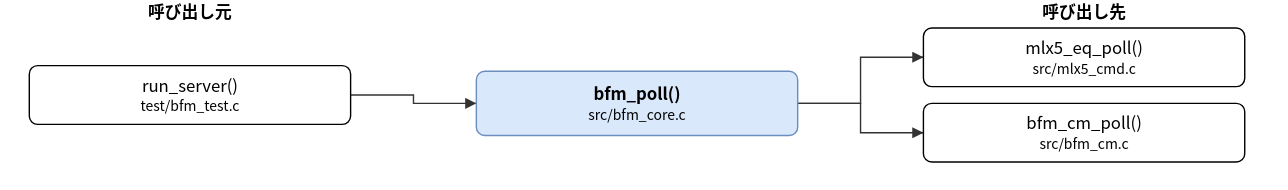
Above: doc/spec/images/call_src_bfm_core-bfm_poll.drawio.svg in hf355051012-ai/bfmem (draw.io), before the change. Source tidied: cells renumbered, new cells last; positions are measured from the earlier drawing's top-left corner, leaving out a move shared by most shapes.
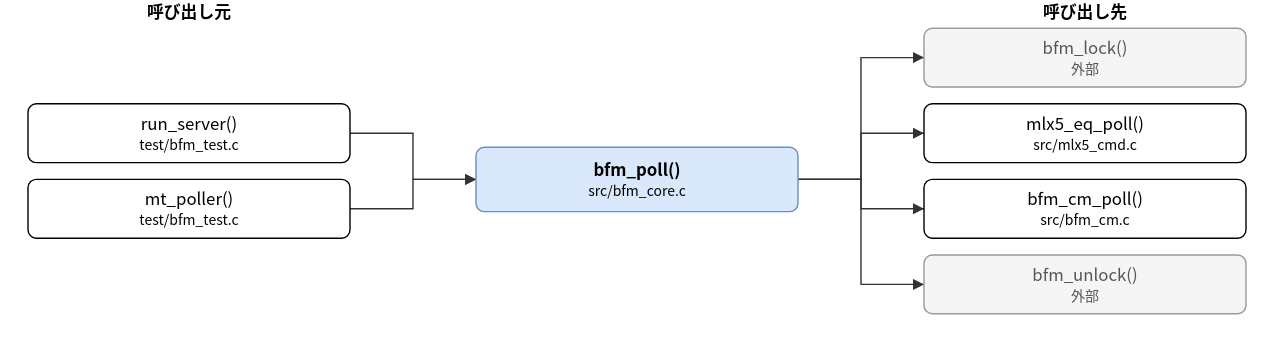
After the change.

Change to the diagram source:
```diff
@@ -3,41 +3,74 @@
     <mxCell id="0" />
     <mxCell id="1" parent="0" />
     <mxCell id="2" value="bfm_poll()&lt;br&gt;&lt;font style=&quot;font-size:10px&quot;&gt;src/bfm_core.c&lt;/font&gt;" style="rounded=1;whiteSpace=wrap;html=1;fillColor=#dae8fc;strokeColor=#6c8ebf;fontStyle=1;" parent="1" vertex="1">
-      <mxGeometry x="320" y="51" width="230" height="46" as="geometry" />
+      <mxGeometry x="320" y="105" width="230" height="46" as="geometry" />
     </mxCell>
     <mxCell id="3" value="run_server()&lt;br&gt;&lt;font style=&quot;font-size:10px&quot;&gt;test/bfm_test.c&lt;/font&gt;" style="rounded=1;whiteSpace=wrap;html=1;" parent="1" vertex="1">
-      <mxGeometry y="47" width="230" height="42" as="geometry" />
+      <mxGeometry y="74" width="230" height="42" as="geometry" />
     </mxCell>
+    <mxCell id="11" value="mt_poller()&lt;br&gt;&lt;font style=&quot;font-size:10px&quot;&gt;test/bfm_test.c&lt;/font&gt;" style="rounded=1;whiteSpace=wrap;html=1;" parent="1" vertex="1">
+      <mxGeometry y="128" width="230" height="42" as="geometry" />
+    </mxCell>
-    <mxCell id="4" value="mlx5_eq_poll()&lt;br&gt;&lt;font style=&quot;font-size:10px&quot;&gt;src/mlx5_cmd.c&lt;/font&gt;" style="rounded=1;whiteSpace=wrap;html=1;" parent="1" vertex="1">
+    <mxCell id="4" value="bfm_lock()&lt;br&gt;&lt;font style=&quot;font-size:10px&quot;&gt;外部&lt;/font&gt;" style="rounded=1;whiteSpace=wrap;html=1;fillColor=#f5f5f5;strokeColor=#999999;fontColor=#555555;" parent="1" vertex="1">
       <mxGeometry x="640" y="20" width="230" height="42" as="geometry" />
     </mxCell>
-    <mxCell id="5" value="bfm_cm_poll()&lt;br&gt;&lt;font style=&quot;font-size:10px&quot;&gt;src/bfm_cm.c&lt;/font&gt;" style="rounded=1;whiteSpace=wrap;html=1;" parent="1" vertex="1">
+    <mxCell id="5" value="mlx5_eq_poll()&lt;br&gt;&lt;font style=&quot;font-size:10px&quot;&gt;src/mlx5_cmd.c&lt;/font&gt;" style="rounded=1;whiteSpace=wrap;html=1;" parent="1" vertex="1">
       <mxGeometry x="640" y="74" width="230" height="42" as="geometry" />
     </mxCell>
+    <mxCell id="12" value="bfm_cm_poll()&lt;br&gt;&lt;font style=&quot;font-size:10px&quot;&gt;src/bfm_cm.c&lt;/font&gt;" style="rounded=1;whiteSpace=wrap;html=1;" parent="1" vertex="1">
+      <mxGeometry x="640" y="128" width="230" height="42" as="geometry" />
+    </mxCell>
+    <mxCell id="13" value="bfm_unlock()&lt;br&gt;&lt;font style=&quot;font-size:10px&quot;&gt;外部&lt;/font&gt;" style="rounded=1;whiteSpace=wrap;html=1;fillColor=#f5f5f5;strokeColor=#999999;fontColor=#555555;" parent="1" vertex="1">
+      <mxGeometry x="640" y="182" width="230" height="42" as="geometry" />
+    </mxCell>
     <mxCell id="6" style="edgeStyle=none;html=1;rounded=0;endArrow=block;endFill=1;exitX=1.0000;exitY=0.5000;exitDx=0;exitDy=0;exitPerimeter=0;entryX=0.0000;entryY=0.5000;entryDx=0;entryDy=0;entryPerimeter=0;" parent="1" edge="1" source="3" target="2">
       <mxGeometry relative="1" as="geometry">
         <Array as="points">
-          <mxPoint x="275" y="68" />
-          <mxPoint x="275" y="74" />
+          <mxPoint x="275" y="95" />
+          <mxPoint x="275" y="128" />
         </Array>
       </mxGeometry>
     </mxCell>
-    <mxCell id="7" style="edgeStyle=none;html=1;rounded=0;endArrow=block;endFill=1;exitX=1.0000;exitY=0.5000;exitDx=0;exitDy=0;exitPerimeter=0;entryX=0.0000;entryY=0.5000;entryDx=0;entryDy=0;entryPerimeter=0;" parent="1" edge="1" source="2" target="4">
+    <mxCell id="7" style="edgeStyle=none;html=1;rounded=0;endArrow=block;endFill=1;exitX=1.0000;exitY=0.5000;exitDx=0;exitDy=0;exitPerimeter=0;entryX=0.0000;entryY=0.5000;entryDx=0;entryDy=0;entryPerimeter=0;" parent="1" edge="1" source="11" target="2">
       <mxGeometry relative="1" as="geometry">
         <Array as="points">
-          <mxPoint x="595" y="74" />
-          <mxPoint x="595" y="41" />
+          <mxPoint x="275" y="149" />
+          <mxPoint x="275" y="128" />
         </Array>
       </mxGeometry>
     </mxCell>
-    <mxCell id="8" style="edgeStyle=none;html=1;rounded=0;endArrow=block;endFill=1;exitX=1.0000;exitY=0.5000;exitDx=0;exitDy=0;exitPerimeter=0;entryX=0.0000;entryY=0.5000;entryDx=0;entryDy=0;entryPerimeter=0;" parent="1" edge="1" source="2" target="5">
+    <mxCell id="8" style="edgeStyle=none;html=1;rounded=0;endArrow=block;endFill=1;exitX=1.0000;exitY=0.5000;exitDx=0;exitDy=0;exitPerimeter=0;entryX=0.0000;entryY=0.5000;entryDx=0;entryDy=0;entryPerimeter=0;" parent="1" edge="1" source="2" target="4">
       <mxGeometry relative="1" as="geometry">
         <Array as="points">
-          <mxPoint x="595" y="74" />
-          <mxPoint x="595" y="95" />
+          <mxPoint x="595" y="128" />
+          <mxPoint x="595" y="41" />
         </Array>
       </mxGeometry>
     </mxCell>
+    <mxCell id="14" style="edgeStyle=none;html=1;rounded=0;endArrow=block;endFill=1;exitX=1.0000;exitY=0.5000;exitDx=0;exitDy=0;exitPerimeter=0;entryX=0.0000;entryY=0.5000;entryDx=0;entryDy=0;entryPerimeter=0;" parent="1" edge="1" source="2" target="5">
+      <mxGeometry relative="1" as="geometry">
+        <Array as="points">
+          <mxPoint x="595" y="128" />
+          <mxPoint x="595" y="95" />
+        </Array>
+      </mxGeometry>
+    </mxCell>
+    <mxCell id="15" style="edgeStyle=none;html=1;rounded=0;endArrow=block;endFill=1;exitX=1.0000;exitY=0.5000;exitDx=0;exitDy=0;exitPerimeter=0;entryX=0.0000;entryY=0.5000;entryDx=0;entryDy=0;entryPerimeter=0;" parent="1" edge="1" source="2" target="12">
+      <mxGeometry relative="1" as="geometry">
+        <Array as="points">
+          <mxPoint x="595" y="128" />
+          <mxPoint x="595" y="149" />
+        </Array>
+      </mxGeometry>
+    </mxCell>
+    <mxCell id="16" style="edgeStyle=none;html=1;rounded=0;endArrow=block;endFill=1;exitX=1.0000;exitY=0.5000;exitDx=0;exitDy=0;exitPerimeter=0;entryX=0.0000;entryY=0.5000;entryDx=0;entryDy=0;entryPerimeter=0;" parent="1" edge="1" source="2" target="13">
+      <mxGeometry relative="1" as="geometry">
+        <Array as="points">
+          <mxPoint x="595" y="128" />
+          <mxPoint x="595" y="203" />
+        </Array>
+      </mxGeometry>
+    </mxCell>
     <mxCell id="9" value="呼び出し元" style="text;html=1;align=center;fontStyle=1;" parent="1" vertex="1">
       <mxGeometry x="35" width="160" height="18" as="geometry" />
     </mxCell>
```
